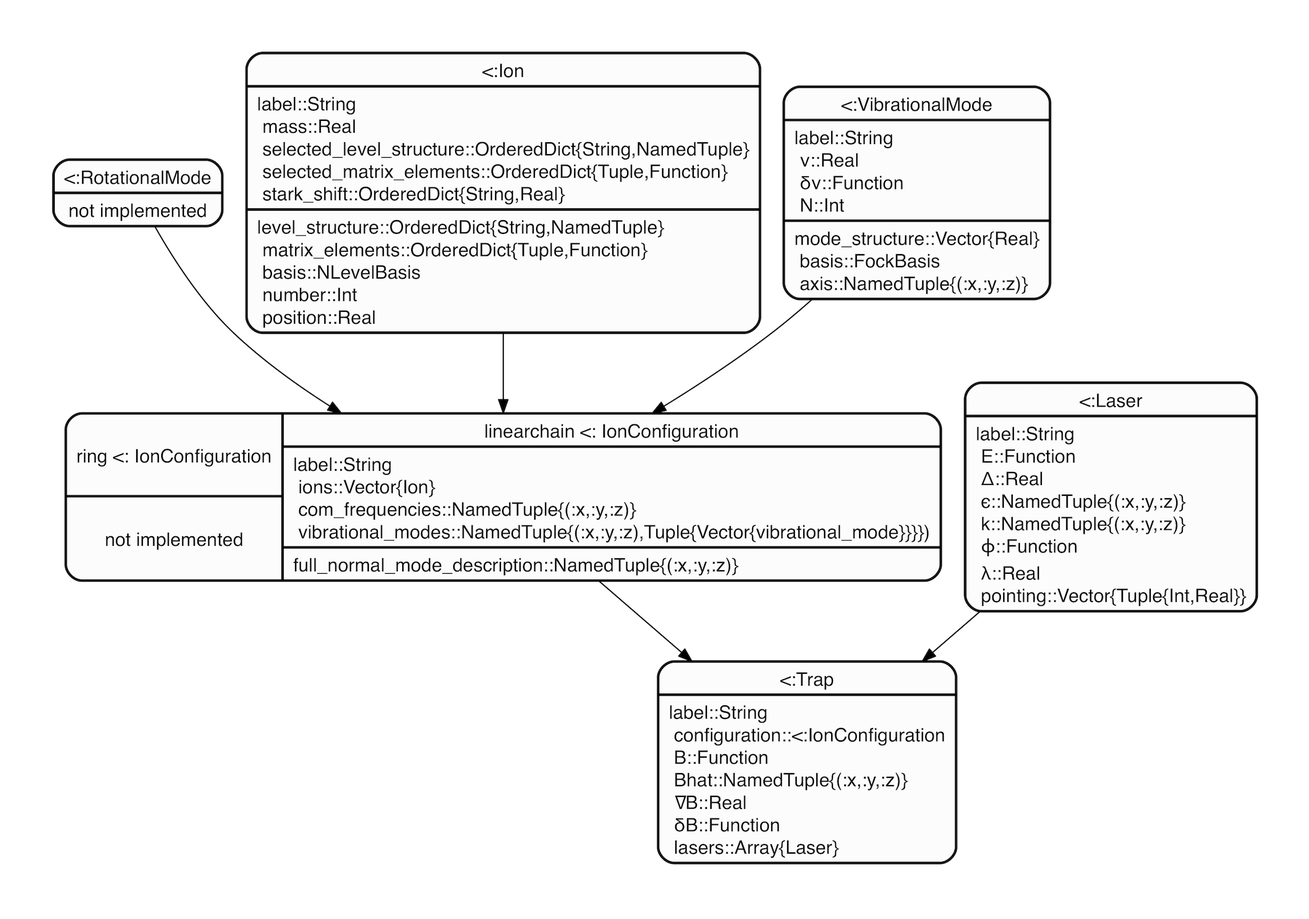
Before: webpage/tutorial-notebooks/media/graph.png, a diagram exported from Graphviz (HaeffnerLab/IonSim.jl-Examples). Its source is kept beside it as webpage/tutorial-notebooks/media/graph.dot.
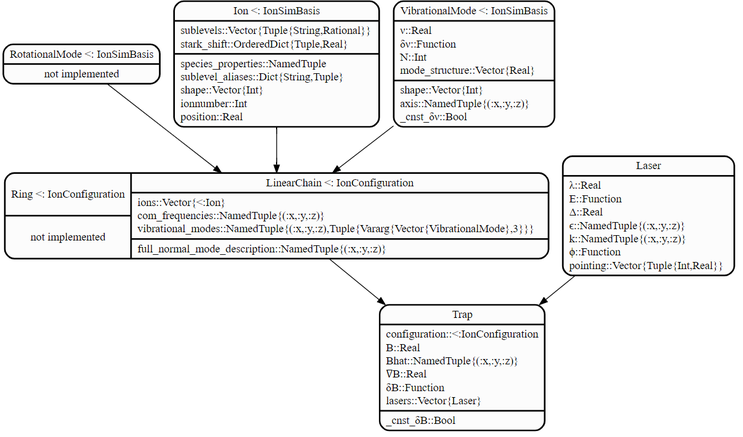
Later version of the same file.

Commit message:
Update map of structs

Change to the diagram source:
```diff
@@ -17,14 +17,12 @@
 
 Ion [
     label="{Ion \<: IonSimBasis|\
-    selected_level_structure::OrderedDict\{String,NamedTuple\}\l\
-    selected_matrix_elements::OrderedDict\{Tuple,Function\}\l\
-    stark_shift::OrderedDict\{String,Real\}\l\
-    |level_structure::OrderedDict\{String,NamedTuple\}\l\
-    matrix_elements::OrderedDict\{Tuple,Function\}\l\
-    mass::Real\l\
+    sublevels::Vector\{Tuple\{String,Rational\}\}\l\
+    stark_shift::OrderedDict\{Tuple,Real\}\l\
+    |species_properties::NamedTuple\l\
+    sublevel_aliases::Dict\{String,Tuple\}\l\
     shape::Vector\{Int\}\l\
-    number::Int\l\
+    ionnumber::Int\l\
     position::Real\l}"
 ]
 
@@ -50,12 +48,12 @@
 
 Lasers [
     label="{Laser|\
+    λ::Real\l\
     E::Function\l\
     Δ::Real\l\
     ϵ::NamedTuple\{(:x,:y,:z)\}\l\
     k::NamedTuple\{(:x,:y,:z)\}\l\
     ϕ::Function\l\
-    λ::Real\l\
     pointing::Vector\{Tuple\{Int,Real\}\}\l}"
 ]
 VibrationalMode [
@@ -75,4 +73,4 @@
     not implemented}"
 ]
 
-} // diagraph
+} // digraph
```
